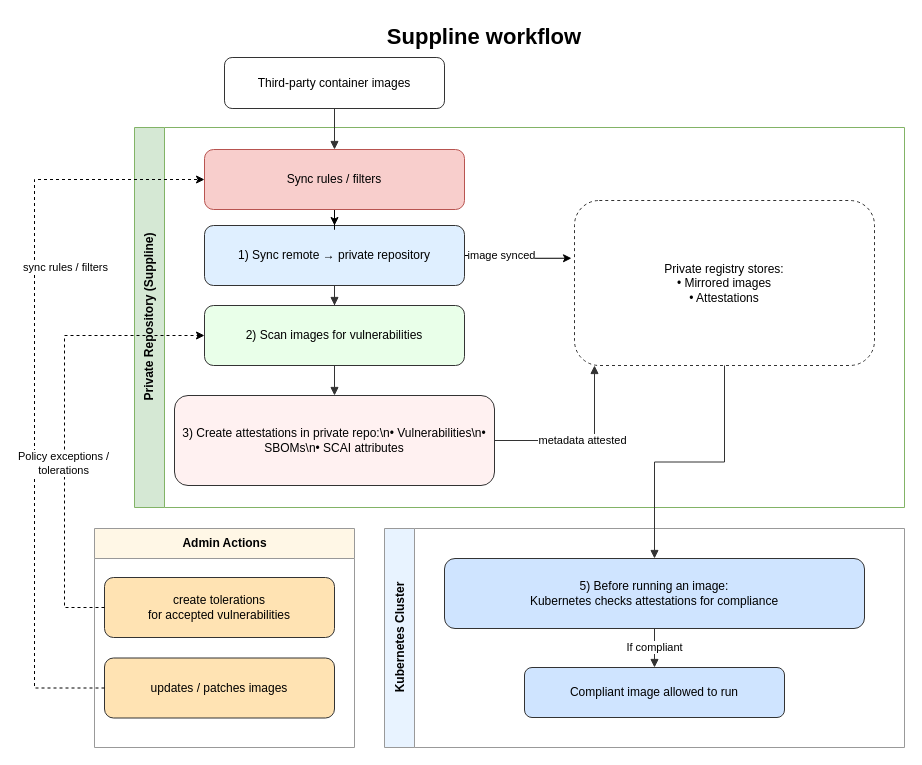
This is docs/suppline_workflow.drawio from daimoniac/suppline, a draw.io file, before an edit. Source tidied: cells renumbered, new cells numbered last; positions are measured from the earlier drawing's top-left corner, leaving out a move shared by most shapes. Both pictures are drawn from the tidied source at 100%, with x=0, y=0 at pixel (34, 17).
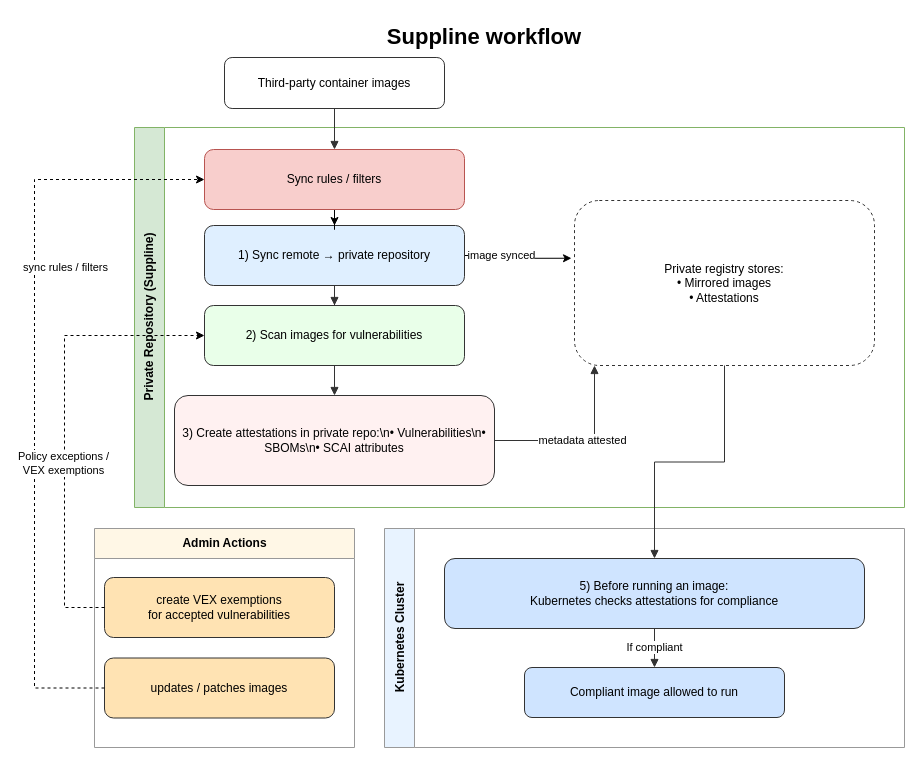
The same page after the edit.

The change refers to these unchanged cells:
```xml
<mxCell id="14" value="Admin Actions" style="swimlane;html=1;rounded=0;horizontal=1;startSize=30;fillColor=#fff7e6;strokeColor=#999999;fontStyle=1;" parent="1" vertex="1">
  <mxGeometry x="60" y="511" width="260" height="219" as="geometry" />
</mxCell>
<mxCell id="27" style="edgeStyle=orthogonalEdgeStyle;rounded=0;jettySize=auto;html=1;entryX=0;entryY=0.5;entryDx=0;entryDy=0;dashed=1;" parent="1" edge="1" source="16" target="4">
  <mxGeometry relative="1" as="geometry">
    <Array as="points">
      <mxPoint x="30" y="590" />
      <mxPoint x="30" y="318" />
    </Array>
  </mxGeometry>
</mxCell>
```

What changed in the source:
```diff
@@
-    <mxCell id="16" value="create tolerations &lt;br&gt;for accepted vulnerabilities" style="rounded=1;whiteSpace=wrap;html=1;fillColor=#ffe3b3;strokeColor=#333333;" parent="14" vertex="1">
+    <mxCell id="16" value="create VEX exemptions &lt;br&gt;for accepted vulnerabilities" style="rounded=1;whiteSpace=wrap;html=1;fillColor=#ffe3b3;strokeColor=#333333;" parent="14" vertex="1">
       <mxGeometry x="10" y="49" width="230" height="60" as="geometry" />
     </mxCell>
@@
-    <mxCell id="28" value="Policy exceptions /&lt;br&gt;tolerations" style="edgeLabel;html=1;align=center;verticalAlign=middle;" parent="27" vertex="1">
+    <mxCell id="28" value="Policy exceptions /&lt;br&gt;VEX exemptions" style="edgeLabel;html=1;align=center;verticalAlign=middle;" parent="27" vertex="1">
       <mxGeometry x="-0.18" y="2" relative="1" as="geometry" />
     </mxCell>
```
